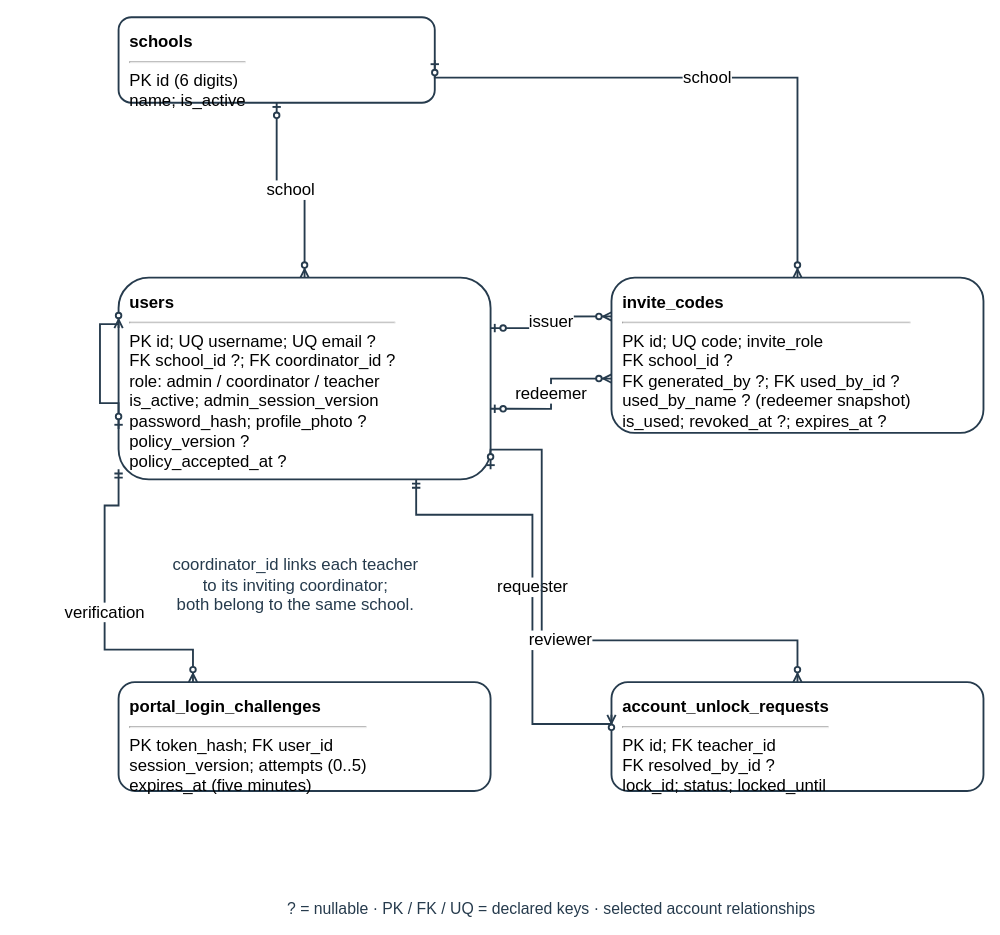
Earlier version of the draw.io diagram docs/diagrams/class-workspaces/figure-26-account-erd.drawio (AkuSayangKamuJudaSayang/crl-app). Source tidied: cells renumbered, new cells numbered last; positions are measured from the earlier drawing's top-left corner, leaving out a move shared by most shapes. Both pictures are drawn from the tidied source at 93%, with x=0, y=0 at pixel (16, 17).
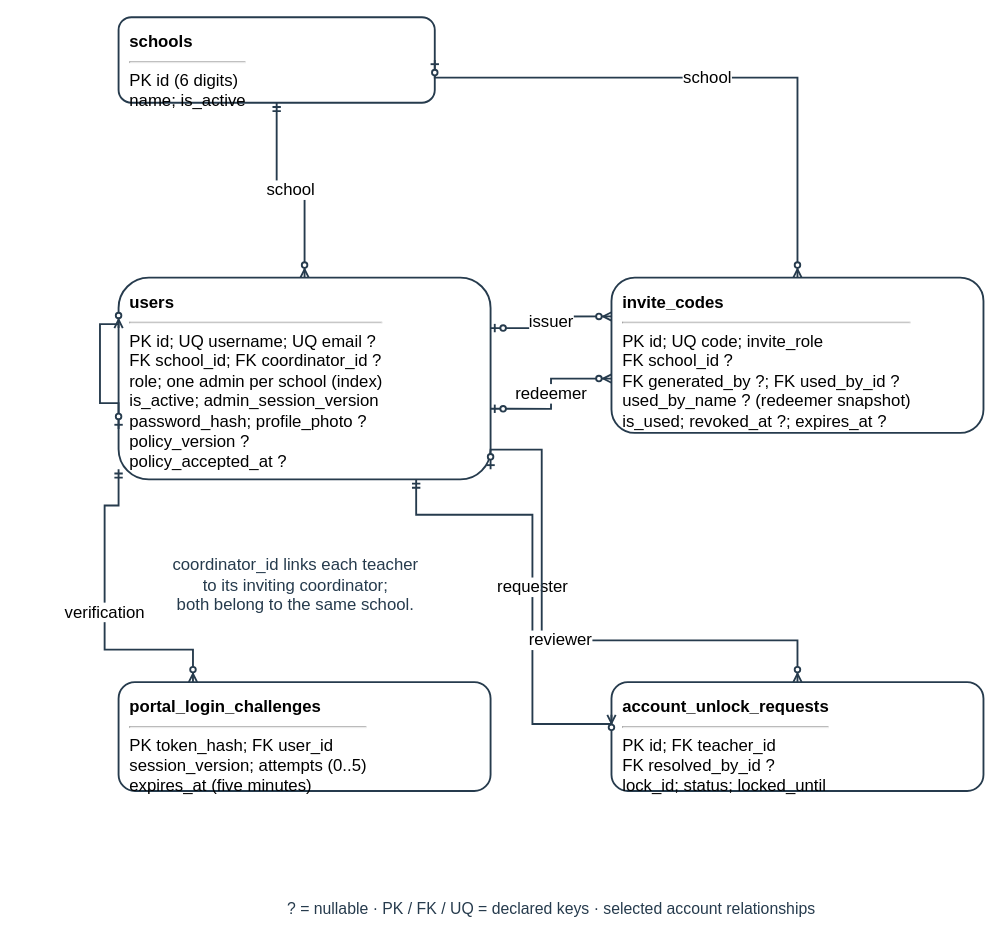
Above is the later version.

Unchanged cells that the change refers to:
```xml
<mxCell id="4" value="&lt;b&gt;schools&lt;/b&gt;&lt;br&gt;&lt;hr&gt;PK id (6 digits)&lt;br&gt;name; is_active" style="rounded=1;html=1;whiteSpace=wrap;fillColor=#ffffff;strokeColor=#263b4d;strokeWidth=2;align=left;verticalAlign=top;spacing=12;fontSize=18;" parent="1" vertex="1">
  <mxGeometry x="110" width="340" height="92" as="geometry" />
</mxCell>
```

What changed in the source:
```diff
@@
-    <mxCell id="5" value="&lt;b&gt;users&lt;/b&gt;&lt;br&gt;&lt;hr&gt;PK id; UQ username; UQ email ?&lt;br&gt;FK school_id ?; FK coordinator_id ?&lt;br&gt;role: admin / coordinator / teacher&lt;br&gt;is_active; admin_session_version&lt;br&gt;password_hash; profile_photo ?&lt;br&gt;policy_version ?&lt;br&gt;policy_accepted_at ?" style="rounded=1;html=1;whiteSpace=wrap;fillColor=#ffffff;strokeColor=#263b4d;strokeWidth=2;align=left;verticalAlign=top;spacing=12;fontSize=18;" parent="1" vertex="1">
+    <mxCell id="5" value="&lt;b&gt;users&lt;/b&gt;&lt;br&gt;&lt;hr&gt;PK id; UQ username; UQ email ?&lt;br&gt;FK school_id; FK coordinator_id ?&lt;br&gt;role; one admin per school (index)&lt;br&gt;is_active; admin_session_version&lt;br&gt;password_hash; profile_photo ?&lt;br&gt;policy_version ?&lt;br&gt;policy_accepted_at ?" style="rounded=1;html=1;whiteSpace=wrap;fillColor=#ffffff;strokeColor=#263b4d;strokeWidth=2;align=left;verticalAlign=top;spacing=12;fontSize=18;" parent="1" vertex="1">
       <mxGeometry x="110" y="280" width="400" height="217" as="geometry" />
     </mxCell>
@@
-    <mxCell id="9" value="school" style="edgeStyle=orthogonalEdgeStyle;rounded=0;html=1;endArrow=none;strokeColor=#263b4d;strokeWidth=2;exitX=0.5;exitY=1;entryX=0.5;entryY=0;fontSize=18;labelBackgroundColor=#ffffff;startArrow=ERzeroToOne;endArrow=ERzeroToMany;" parent="1" edge="1" source="4" target="5">
+    <mxCell id="9" value="school" style="edgeStyle=orthogonalEdgeStyle;rounded=0;html=1;endArrow=none;strokeColor=#263b4d;strokeWidth=2;exitX=0.5;exitY=1;entryX=0.5;entryY=0;fontSize=18;labelBackgroundColor=#ffffff;startArrow=ERmandOne;endArrow=ERzeroToMany;" parent="1" edge="1" source="4" target="5">
       <mxGeometry relative="1" as="geometry" />
     </mxCell>
```
